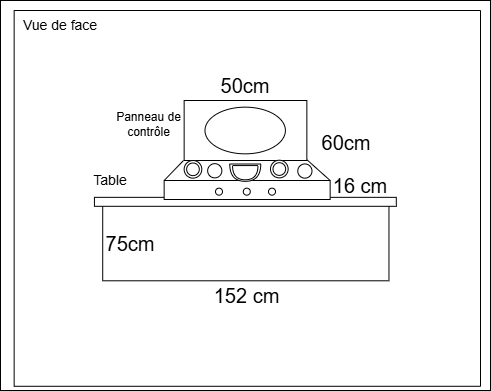
Before: technique/plan_implantation_01.drawio.png, a diagram exported from draw.io (deux-intelligence/deux-neurones). Source tidied: cells renumbered, new cells last; positions are measured from the earlier drawing's top-left corner, leaving out a move shared by most shapes.
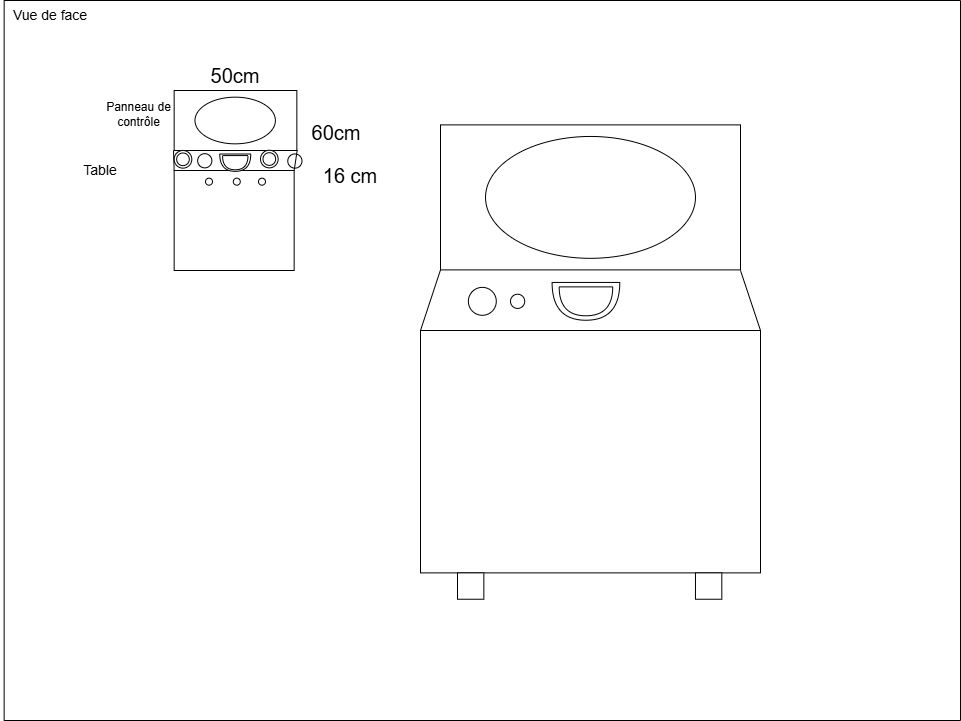
The same diagram one commit later.

Commit message:
organisation des tâches et modification plan implantation

Change to the diagram source:
```diff
@@ -2,18 +2,6 @@
   <root>
     <mxCell id="0" />
     <mxCell id="1" parent="0" />
-    <mxCell id="2" style="rounded=0;whiteSpace=wrap;html=1;" parent="1" vertex="1">
-      <mxGeometry width="490" height="390" as="geometry" />
-    </mxCell>
-    <mxCell id="3" style="rounded=0;whiteSpace=wrap;html=1;direction=south;rotation=-90;fillColor=none;" parent="1" vertex="1">
-      <mxGeometry x="207.7" y="99.5" width="75.2" height="286.2" as="geometry" />
-    </mxCell>
-    <mxCell id="4" style="rounded=0;whiteSpace=wrap;html=1;direction=south;rotation=-90;" parent="1" vertex="1">
-      <mxGeometry x="240.4" y="50.4" width="9" height="301.9" as="geometry" />
-    </mxCell>
-    <mxCell id="5" value="75cm" style="text;html=1;whiteSpace=wrap;strokeColor=none;fillColor=none;align=center;verticalAlign=middle;rounded=0;fontSize=20;" parent="1" vertex="1">
-      <mxGeometry x="100" y="227.7" width="60" height="30" as="geometry" />
-    </mxCell>
     <mxCell id="6" value="Table" style="text;html=1;whiteSpace=wrap;strokeColor=none;fillColor=none;align=center;verticalAlign=middle;rounded=0;fontSize=14;" parent="1" vertex="1">
       <mxGeometry x="80" y="165" width="60" height="30" as="geometry" />
     </mxCell>
@@ -21,17 +9,14 @@
       <mxGeometry x="10" y="10" width="100" height="30" as="geometry" />
     </mxCell>
     <mxCell id="8" style="swimlane;startSize=0;" parent="1" vertex="1">
-      <mxGeometry x="13.7" y="10" width="466.4" height="375.8" as="geometry" />
+      <mxGeometry x="13.7" y="10" width="956.4" height="720" as="geometry" />
     </mxCell>
     <mxCell id="9" style="rounded=0;whiteSpace=wrap;html=1;" parent="8" vertex="1">
-      <mxGeometry x="150" y="170" width="166" height="19" as="geometry" />
+      <mxGeometry x="170" y="170" width="120" height="100" as="geometry" />
     </mxCell>
     <mxCell id="10" style="rounded=0;whiteSpace=wrap;html=1;" parent="8" vertex="1">
       <mxGeometry x="170" y="90" width="122.7" height="60" as="geometry" />
     </mxCell>
-    <mxCell id="11" value="152 cm" style="text;html=1;whiteSpace=wrap;strokeColor=none;fillColor=none;align=center;verticalAlign=middle;rounded=0;fontSize=20;" parent="8" vertex="1">
-      <mxGeometry x="190.8" y="270" width="84.7" height="30" as="geometry" />
-    </mxCell>
     <mxCell id="12" style="ellipse;whiteSpace=wrap;html=1;" parent="8" vertex="1">
       <mxGeometry x="190.8" y="96.7" width="80.4" height="46.7" as="geometry" />
     </mxCell>
@@ -90,5 +75,40 @@
         <mxPoint x="293.1" y="149.5" as="targetPoint" />
       </mxGeometry>
     </mxCell>
+    <mxCell id="30" style="rounded=0;whiteSpace=wrap;html=1;" parent="8" vertex="1">
+      <mxGeometry x="416.4" y="330" width="340" height="242.4" as="geometry" />
+    </mxCell>
+    <mxCell id="31" style="endArrow=none;html=1;entryX=0;entryY=1;entryDx=0;entryDy=0;exitX=0;exitY=0;exitDx=0;exitDy=0;" parent="8" edge="1" source="30" target="32">
+      <mxGeometry relative="1" as="geometry" />
+    </mxCell>
+    <mxCell id="32" style="rounded=0;whiteSpace=wrap;html=1;" parent="8" vertex="1">
+      <mxGeometry x="436.4" y="124.4" width="300" height="145" as="geometry" />
+    </mxCell>
+    <mxCell id="33" style="endArrow=none;html=1;exitX=1;exitY=0;exitDx=0;exitDy=0;" parent="8" edge="1" source="30">
+      <mxGeometry relative="1" as="geometry">
+        <mxPoint x="736.4" y="270" as="targetPoint" />
+      </mxGeometry>
+    </mxCell>
+    <mxCell id="34" style="ellipse;whiteSpace=wrap;html=1;" parent="8" vertex="1">
+      <mxGeometry x="481.4" y="136" width="209.9" height="121.9" as="geometry" />
+    </mxCell>
+    <mxCell id="35" style="whiteSpace=wrap;html=1;" parent="8" vertex="1">
+      <mxGeometry x="453.4" y="572.4" width="26.4" height="26.4" as="geometry" />
+    </mxCell>
+    <mxCell id="36" style="whiteSpace=wrap;html=1;" parent="8" vertex="1">
+      <mxGeometry x="691.3" y="572.4" width="26.4" height="26.4" as="geometry" />
+    </mxCell>
+    <mxCell id="37" style="shape=or;whiteSpace=wrap;html=1;rotation=90;" parent="8" vertex="1">
+      <mxGeometry x="562.9" y="267" width="37.8" height="67.7" as="geometry" />
+    </mxCell>
+    <mxCell id="38" style="shape=or;whiteSpace=wrap;html=1;rotation=90;" parent="8" vertex="1">
+      <mxGeometry x="567.3" y="274.1" width="28.9" height="53.5" as="geometry" />
+    </mxCell>
+    <mxCell id="39" style="ellipse;whiteSpace=wrap;html=1;" parent="8" vertex="1">
+      <mxGeometry x="506.4" y="293.7" width="14.2" height="14.2" as="geometry" />
+    </mxCell>
+    <mxCell id="40" style="ellipse;whiteSpace=wrap;html=1;" parent="8" vertex="1">
+      <mxGeometry x="464.2" y="286.9" width="27.9" height="27.9" as="geometry" />
+    </mxCell>
   </root>
 </mxGraphModel>
```
